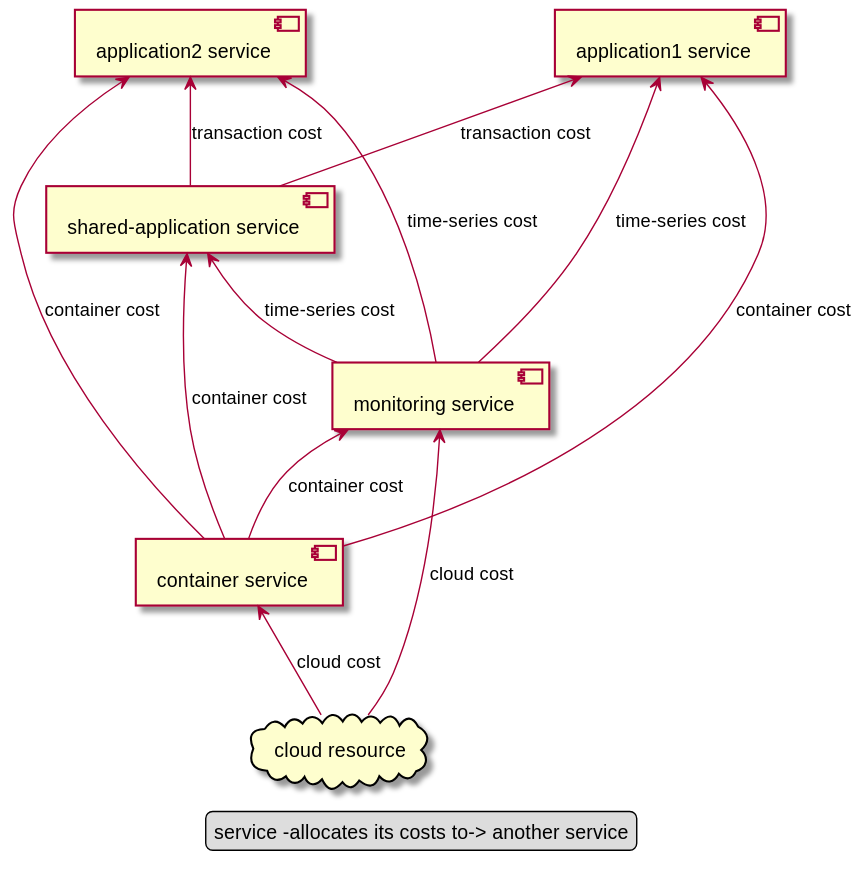
Earlier version of the PlantUML export puml/hierarchical-service-cost-allocation-example.svg (AmadeusITGroup/cloud-cost-allocation).
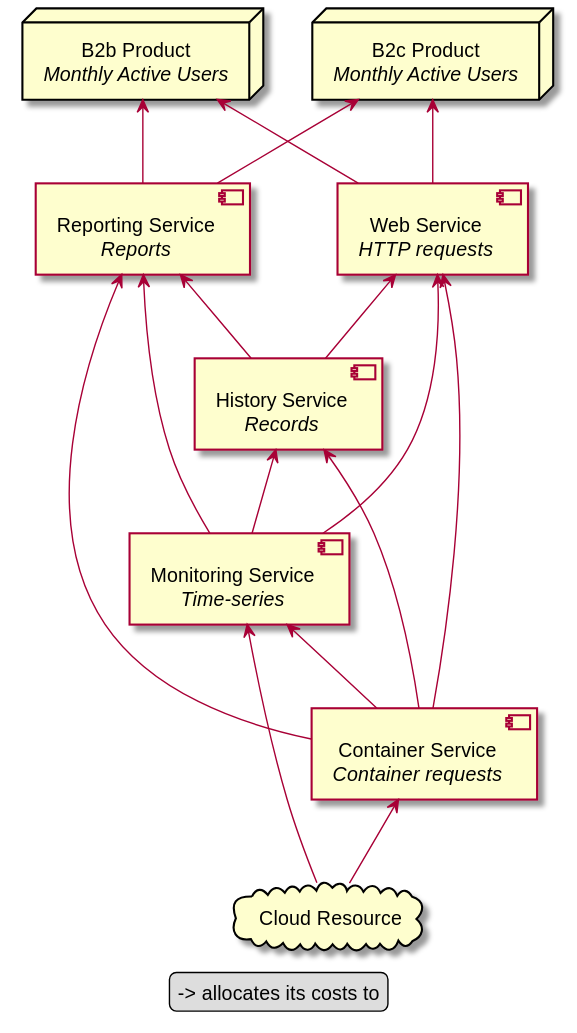
Later version of the same file.

The edit, as a diff of the source:
```diff
@@ -1,25 +1,42 @@
 @startuml
 
-cloud CloudResource as "cloud resource"
+skinparam defaultTextAlignment center
 
-[application1 service] <-down- [shared-application service]: transaction cost
-[application1 service] <-down- [container service]: container cost
-[application1 service] <-down- [monitoring service]: time-series cost
+node B2cProduct as "B2c Product\n//Monthly Active Users//"
+node B2bProduct as "B2b Product\n//Monthly Active Users//"
 
-[application2 service] <-down- [shared-application service]: transaction cost
-[application2 service] <-down- [container service]: container cost
-[application2 service] <-down- [monitoring service]: time-series cost
+component WebService as "Web Service\n//HTTP requests//"
+component ReportingService as "Reporting Service\n//Reports//"
+component HistoryService as "History Service\n//Records//"
+component MonitoringService as "Monitoring Service\n//Time-series//"
+component ContainerService as "Container Service\n//Container requests//"
 
-[shared-application service] <-down- [container service]: container cost
-[shared-application service] <-down- [monitoring service]: time-series cost
+cloud CloudResource as "Cloud Resource"
 
-[monitoring service] <-down- [container service]: container cost
-[monitoring service] <-down- CloudResource: cloud cost
+B2cProduct <-down- WebService
+B2cProduct <-down- ReportingService
 
-[container service] <-down- CloudResource: cloud cost
+B2bProduct <-down- WebService
+B2bProduct <-down- ReportingService
+
+WebService <-down- HistoryService
+WebService <-down- ContainerService
+WebService <-down- MonitoringService
+
+ReportingService <-down- HistoryService
+ReportingService <-down- ContainerService
+ReportingService <-down- MonitoringService
+
+HistoryService <-down- ContainerService
+HistoryService <-down- MonitoringService
+
+MonitoringService <-down- ContainerService
+MonitoringService <-down- CloudResource
+
+ContainerService <-down- CloudResource
 
 legend
-service -allocates its costs to-> another service
+-> allocates its costs to
 end legend
 
 @enduml
```
